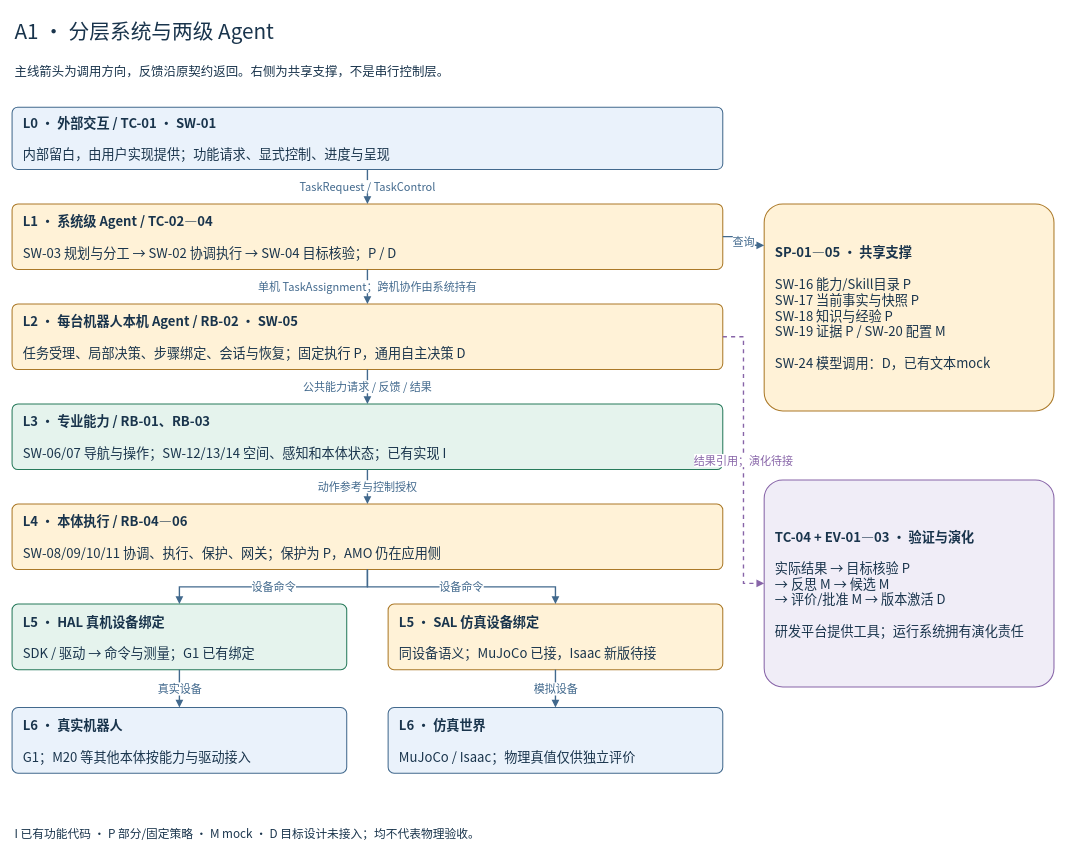
gao377/gao377.github.io keeps this draw.io diagram as page "A1 · 分层系统与两级 Agent" (1 of 7) of site/diagrams/agent-architecture.drawio. Above is the earlier version. Source tidied: cells renumbered, new cells numbered last; positions are measured from the earlier drawing's top-left corner, leaving out a move shared by most shapes. Both pictures are drawn from the tidied source at 69%, with x=0, y=0 at pixel (12, 12).
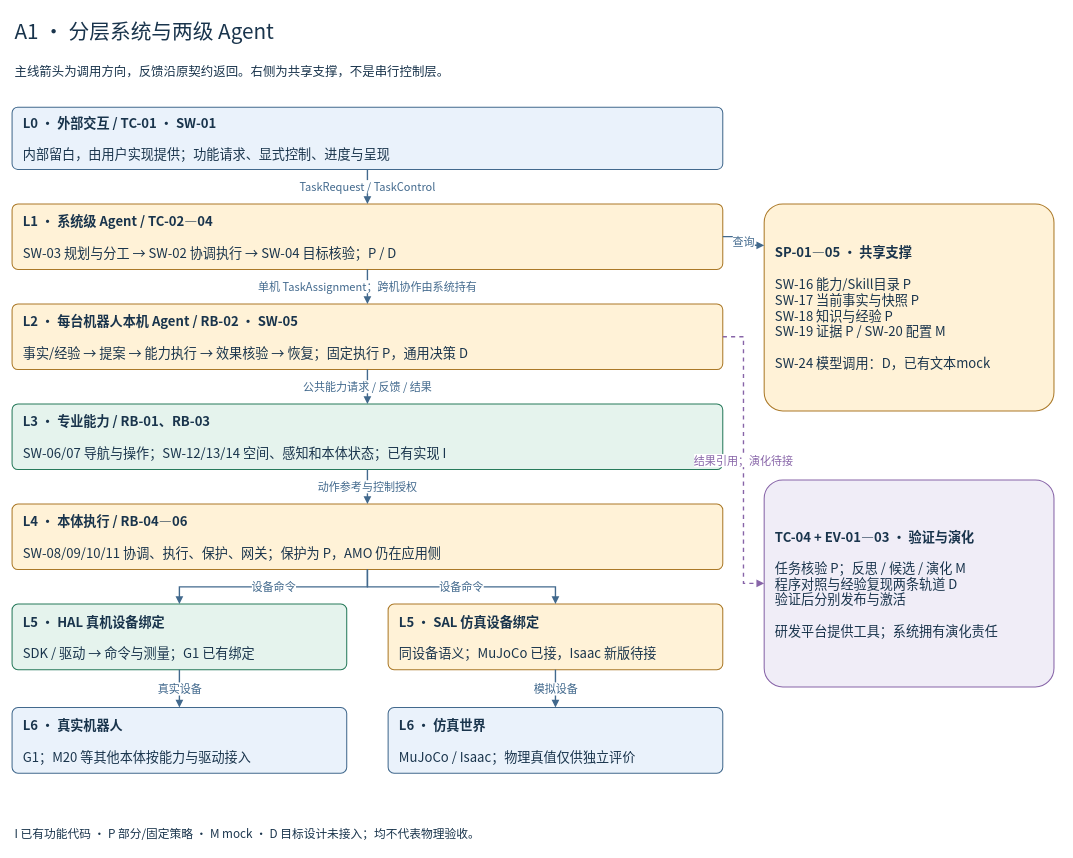
After the change.

Change to the diagram source:
```diff
@@
-    <mxCell id="7" value="&lt;b&gt;L2 · 每台机器人本机 Agent / RB-02 · SW-05&lt;/b&gt;&lt;br&gt;&lt;br&gt;任务受理、局部决策、步骤绑定、会话与恢复；固定执行 P，通用自主决策 D" style="rounded=1;arcSize=9;whiteSpace=wrap;html=1;fillColor=#fff2d7;strokeColor=#ab7928;strokeWidth=1.5;fontFamily=Noto Sans CJK SC;fontSize=19;fontColor=#19344c;spacing=16;align=left;verticalAlign=middle;" parent="1" vertex="1">
+    <mxCell id="7" value="&lt;b&gt;L2 · 每台机器人本机 Agent / RB-02 · SW-05&lt;/b&gt;&lt;br&gt;&lt;br&gt;事实/经验 → 提案 → 能力执行 → 效果核验 → 恢复；固定执行 P，通用决策 D" style="rounded=1;arcSize=9;whiteSpace=wrap;html=1;fillColor=#fff2d7;strokeColor=#ab7928;strokeWidth=1.5;fontFamily=Noto Sans CJK SC;fontSize=19;fontColor=#19344c;spacing=16;align=left;verticalAlign=middle;" parent="1" vertex="1">
       <mxGeometry y="423" width="1030" height="95" as="geometry" />
     </mxCell>
@@
-    <mxCell id="15" value="&lt;b&gt;TC-04 + EV-01—03 · 验证与演化&lt;/b&gt;&lt;br&gt;&lt;br&gt;实际结果 → 目标核验 P&lt;br&gt;→ 反思 M → 候选 M&lt;br&gt;→ 评价/批准 M → 版本激活 D&lt;br&gt;&lt;br&gt;研发平台提供工具；运行系统拥有演化责任" style="rounded=1;arcSize=9;whiteSpace=wrap;html=1;fillColor=#f0edf7;strokeColor=#8764a8;strokeWidth=1.5;fontFamily=Noto Sans CJK SC;fontSize=19;fontColor=#19344c;spacing=16;align=left;verticalAlign=middle;" parent="1" vertex="1">
+    <mxCell id="15" value="&lt;b&gt;TC-04 + EV-01—03 · 验证与演化&lt;/b&gt;&lt;br&gt;&lt;br&gt;任务核验 P；反思 / 候选 / 演化 M&lt;br&gt;程序对照与经验复现两条轨道 D&lt;br&gt;验证后分别发布与激活&lt;br&gt;&lt;br&gt;研发平台提供工具；系统拥有演化责任" style="rounded=1;arcSize=9;whiteSpace=wrap;html=1;fillColor=#f0edf7;strokeColor=#8764a8;strokeWidth=1.5;fontFamily=Noto Sans CJK SC;fontSize=19;fontColor=#19344c;spacing=16;align=left;verticalAlign=middle;" parent="1" vertex="1">
       <mxGeometry x="1090" y="678" width="420" height="300" as="geometry" />
     </mxCell>
```
